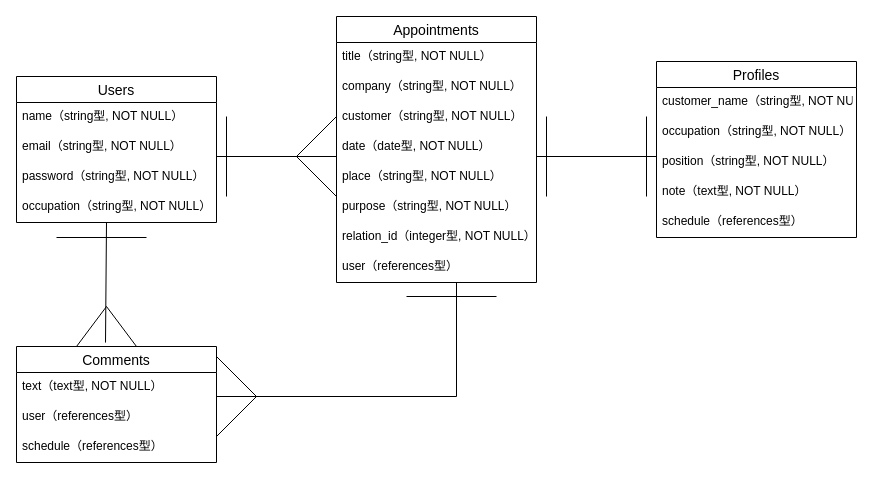
This is apoinfo.dio from ryo924/apoinfo, a draw.io file, before an edit. Source tidied: cells renumbered, new cells numbered last; positions are measured from the earlier drawing's top-left corner, leaving out a move shared by most shapes. Both pictures are drawn from the tidied source at 100%, with x=0, y=0 at pixel (16, 16).
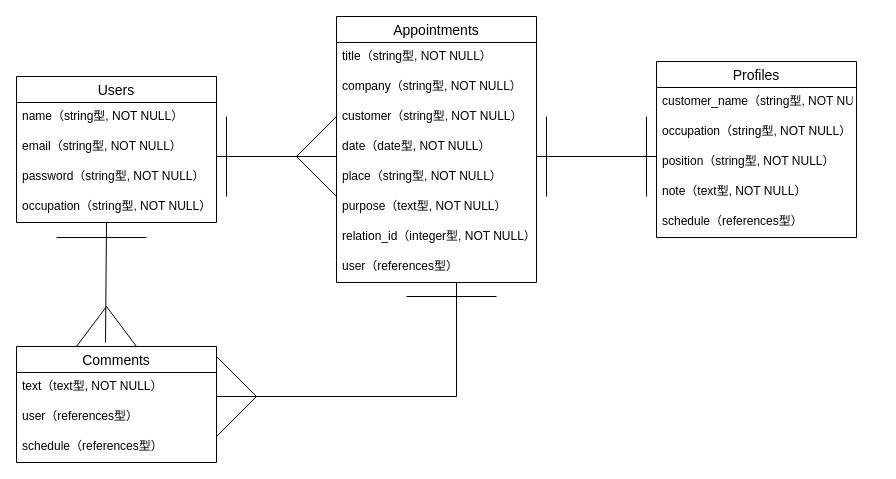
The same diagram, later.

Unchanged cells that the change refers to:
```xml
<mxCell id="7" value="Appointments" style="swimlane;fontStyle=0;horizontal=1;startSize=26;align=center;fontSize=14;" parent="1" vertex="1">
  <mxGeometry x="320" width="200" height="266" as="geometry" />
</mxCell>
```

Diff of the diagram source:
```diff
@@
-    <mxCell id="13" value="purpose（string型, NOT NULL）" style="text;strokeColor=none;fillColor=none;spacingLeft=4;spacingRight=4;overflow=hidden;fontSize=12;" parent="7" vertex="1">
+    <mxCell id="13" value="purpose（text型, NOT NULL）" style="text;strokeColor=none;fillColor=none;spacingLeft=4;spacingRight=4;overflow=hidden;fontSize=12;" parent="7" vertex="1">
       <mxGeometry y="176" width="200" height="30" as="geometry" />
     </mxCell>
```
